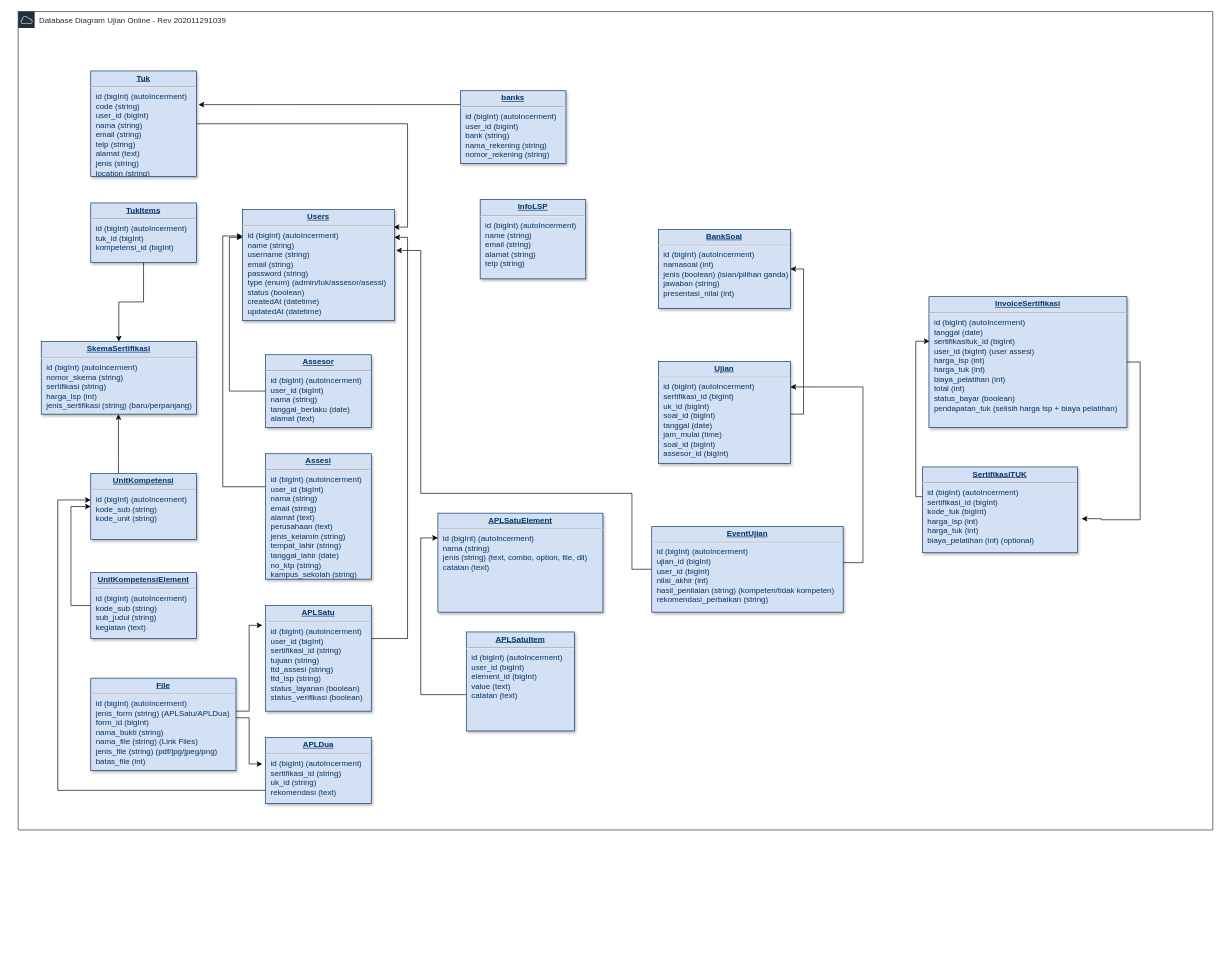
Above: db.drawio in awankelana/vip-db (draw.io), before the change. Source tidied: cells renumbered, new cells numbered last; positions are measured from the earlier drawing's top-left corner, leaving out a move shared by most shapes. Both pictures are drawn from the tidied source at 66%, with x=0, y=0 at pixel (18, 11).
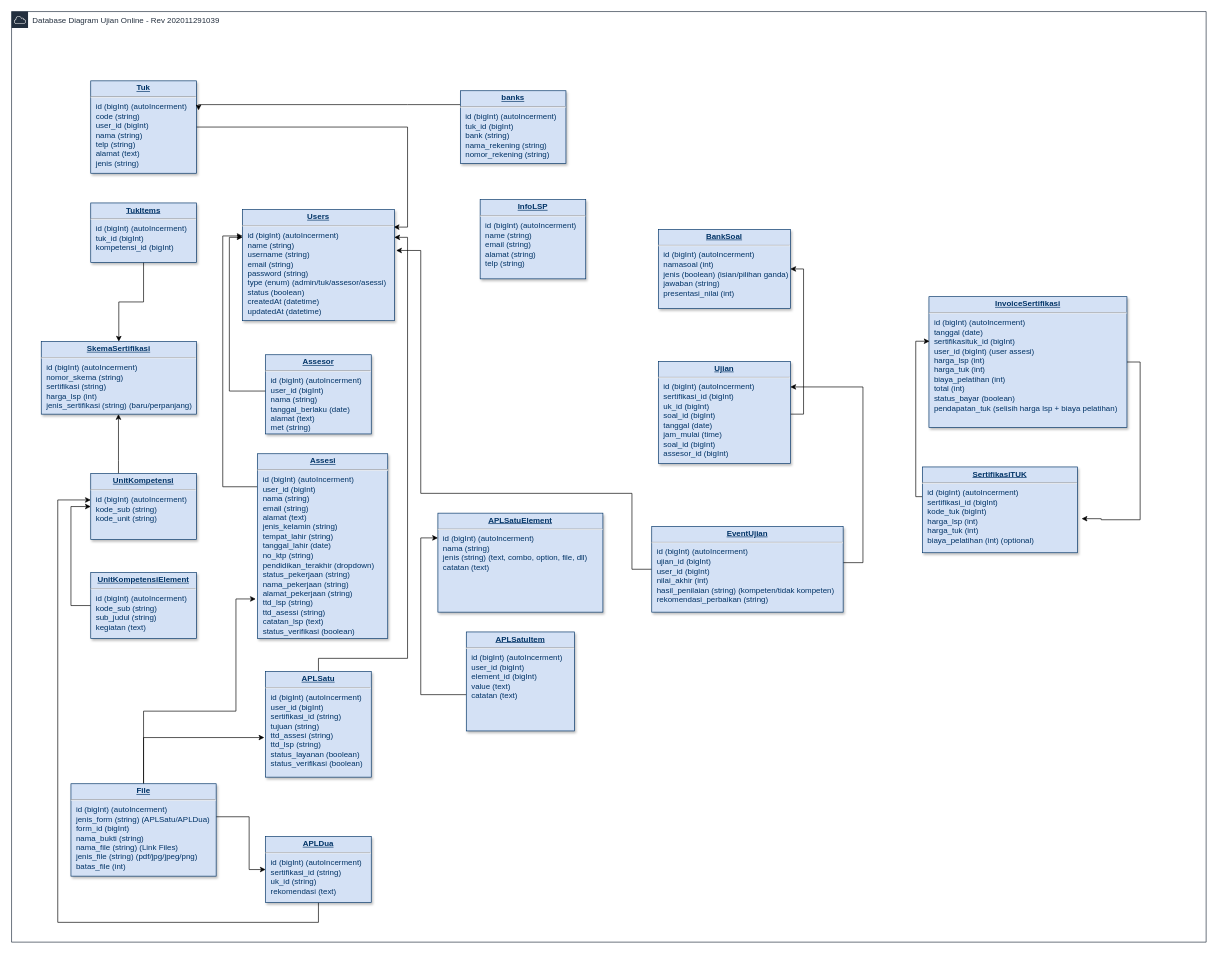
Above is the later version.

The change refers to these unchanged cells:
```xml
<mxCell id="8" value="&lt;p style=&quot;margin: 0px ; margin-top: 4px ; text-align: center ; text-decoration: underline&quot;&gt;&lt;strong&gt;UnitKompetensi&lt;/strong&gt;&lt;/p&gt;&lt;hr&gt;&lt;p style=&quot;margin: 0px ; margin-left: 8px&quot;&gt;id (bigInt) (autoIncerment)&amp;nbsp;&lt;/p&gt;&lt;p style=&quot;margin: 0px ; margin-left: 8px&quot;&gt;kode_sub (string)&lt;/p&gt;&lt;p style=&quot;margin: 0px ; margin-left: 8px&quot;&gt;kode_unit (string)&lt;/p&gt;&lt;p style=&quot;margin: 0px ; margin-left: 8px&quot;&gt;&lt;br&gt;&lt;/p&gt;" style="verticalAlign=top;align=left;overflow=fill;fontSize=12;fontFamily=Helvetica;html=1;strokeColor=#003366;shadow=1;fillColor=#D4E1F5;fontColor=#003366;" parent="1" vertex="1">
  <mxGeometry x="110" y="700" width="160" height="100" as="geometry" />
</mxCell>
<mxCell id="9" value="&lt;p style=&quot;margin: 0px ; margin-top: 4px ; text-align: center ; text-decoration: underline&quot;&gt;&lt;strong&gt;Users&lt;/strong&gt;&lt;/p&gt;&lt;hr&gt;&lt;p style=&quot;margin: 0px ; margin-left: 8px&quot;&gt;id (bigInt) (autoIncerment)&lt;/p&gt;&lt;p style=&quot;margin: 0px ; margin-left: 8px&quot;&gt;name (string)&lt;/p&gt;&lt;p style=&quot;margin: 0px ; margin-left: 8px&quot;&gt;username (string)&lt;/p&gt;&lt;p style=&quot;margin: 0px ; margin-left: 8px&quot;&gt;email (string)&lt;/p&gt;&lt;p style=&quot;margin: 0px ; margin-left: 8px&quot;&gt;password (string)&lt;/p&gt;&lt;p style=&quot;margin: 0px ; margin-left: 8px&quot;&gt;type (enum) (admin/tuk/assesor/asessi)&lt;/p&gt;&lt;p style=&quot;margin: 0px ; margin-left: 8px&quot;&gt;status (boolean)&lt;/p&gt;&lt;p style=&quot;margin: 0px ; margin-left: 8px&quot;&gt;createdAt (datetime)&lt;/p&gt;&lt;p style=&quot;margin: 0px ; margin-left: 8px&quot;&gt;updatedAt (datetime)&lt;/p&gt;" style="verticalAlign=top;align=left;overflow=fill;fontSize=12;fontFamily=Helvetica;html=1;strokeColor=#003366;shadow=1;fillColor=#D4E1F5;fontColor=#003366;" parent="1" vertex="1">
  <mxGeometry x="340" y="300" width="230" height="168.4" as="geometry" />
</mxCell>
```

Change to the diagram source:
```diff
@@
     <mxCell id="2" value="Database Diagram Ujian Online - Rev 202011291039" style="gradientColor=none;html=1;whiteSpace=wrap;fontSize=12;fontStyle=0;shape=mxgraph.aws4.group;grIcon=mxgraph.aws4.group_aws_cloud;strokeColor=#232F3E;fillColor=none;verticalAlign=top;align=left;spacingLeft=30;fontColor=#232F3E;dashed=0;" parent="1" vertex="1">
-      <mxGeometry width="1810" height="1240" as="geometry" />
+      <mxGeometry x="-10" width="1810" height="1410" as="geometry" />
     </mxCell>
@@
-    <mxCell id="4" value="&lt;p style=&quot;margin: 0px ; margin-top: 4px ; text-align: center ; text-decoration: underline&quot;&gt;&lt;b&gt;Tuk&lt;/b&gt;&lt;/p&gt;&lt;hr&gt;&lt;p style=&quot;margin: 0px ; margin-left: 8px&quot;&gt;id (bigInt) (autoIncerment)&lt;br&gt;&lt;/p&gt;&lt;p style=&quot;margin: 0px ; margin-left: 8px&quot;&gt;code (string)&lt;br&gt;user_id (bigInt)&lt;/p&gt;&lt;p style=&quot;margin: 0px ; margin-left: 8px&quot;&gt;nama (string)&lt;/p&gt;&lt;p style=&quot;margin: 0px ; margin-left: 8px&quot;&gt;email (string)&lt;/p&gt;&lt;p style=&quot;margin: 0px ; margin-left: 8px&quot;&gt;telp (string)&lt;/p&gt;&lt;p style=&quot;margin: 0px ; margin-left: 8px&quot;&gt;alamat (text)&lt;/p&gt;&lt;p style=&quot;margin: 0px ; margin-left: 8px&quot;&gt;jenis (string)&lt;/p&gt;&lt;p style=&quot;margin: 0px ; margin-left: 8px&quot;&gt;location (string)&lt;/p&gt;" style="verticalAlign=top;align=left;overflow=fill;fontSize=12;fontFamily=Helvetica;html=1;strokeColor=#003366;shadow=1;fillColor=#D4E1F5;fontColor=#003366;" parent="1" vertex="1">
-      <mxGeometry x="110" y="90" width="160" height="160" as="geometry" />
+    <mxCell id="4" value="&lt;p style=&quot;margin: 0px ; margin-top: 4px ; text-align: center ; text-decoration: underline&quot;&gt;&lt;b&gt;Tuk&lt;/b&gt;&lt;/p&gt;&lt;hr&gt;&lt;p style=&quot;margin: 0px ; margin-left: 8px&quot;&gt;id (bigInt) (autoIncerment)&lt;br&gt;&lt;/p&gt;&lt;p style=&quot;margin: 0px ; margin-left: 8px&quot;&gt;code (string)&lt;br&gt;user_id (bigInt)&lt;/p&gt;&lt;p style=&quot;margin: 0px ; margin-left: 8px&quot;&gt;nama (string)&lt;/p&gt;&lt;p style=&quot;margin: 0px ; margin-left: 8px&quot;&gt;telp (string)&lt;/p&gt;&lt;p style=&quot;margin: 0px ; margin-left: 8px&quot;&gt;alamat (text)&lt;/p&gt;&lt;p style=&quot;margin: 0px ; margin-left: 8px&quot;&gt;jenis (string)&lt;/p&gt;" style="verticalAlign=top;align=left;overflow=fill;fontSize=12;fontFamily=Helvetica;html=1;strokeColor=#003366;shadow=1;fillColor=#D4E1F5;fontColor=#003366;" parent="1" vertex="1">
+      <mxGeometry x="110" y="105" width="160" height="140" as="geometry" />
     </mxCell>
@@
-    <mxCell id="13" value="&lt;p style=&quot;margin: 0px ; margin-top: 4px ; text-align: center ; text-decoration: underline&quot;&gt;&lt;b&gt;banks&lt;/b&gt;&lt;/p&gt;&lt;hr&gt;&lt;p style=&quot;margin: 0px ; margin-left: 8px&quot;&gt;id (bigInt) (autoIncerment)&lt;/p&gt;&lt;p style=&quot;margin: 0px ; margin-left: 8px&quot;&gt;user_id (bigInt)&lt;br&gt;bank (string)&lt;/p&gt;&lt;p style=&quot;margin: 0px ; margin-left: 8px&quot;&gt;nama_rekening (string)&lt;/p&gt;&lt;p style=&quot;margin: 0px ; margin-left: 8px&quot;&gt;nomor_rekening (string)&lt;/p&gt;" style="verticalAlign=top;align=left;overflow=fill;fontSize=12;fontFamily=Helvetica;html=1;strokeColor=#003366;shadow=1;fillColor=#D4E1F5;fontColor=#003366;" parent="1" vertex="1">
+    <mxCell id="13" value="&lt;p style=&quot;margin: 0px ; margin-top: 4px ; text-align: center ; text-decoration: underline&quot;&gt;&lt;b&gt;banks&lt;/b&gt;&lt;/p&gt;&lt;hr&gt;&lt;p style=&quot;margin: 0px ; margin-left: 8px&quot;&gt;id (bigInt) (autoIncerment)&lt;/p&gt;&lt;p style=&quot;margin: 0px ; margin-left: 8px&quot;&gt;tuk_id (bigInt)&lt;br&gt;bank (string)&lt;/p&gt;&lt;p style=&quot;margin: 0px ; margin-left: 8px&quot;&gt;nama_rekening (string)&lt;/p&gt;&lt;p style=&quot;margin: 0px ; margin-left: 8px&quot;&gt;nomor_rekening (string)&lt;/p&gt;" style="verticalAlign=top;align=left;overflow=fill;fontSize=12;fontFamily=Helvetica;html=1;strokeColor=#003366;shadow=1;fillColor=#D4E1F5;fontColor=#003366;" parent="1" vertex="1">
       <mxGeometry x="670" y="120" width="160" height="110" as="geometry" />
     </mxCell>
@@
-    <mxCell id="16" value="&lt;p style=&quot;margin: 0px ; margin-top: 4px ; text-align: center ; text-decoration: underline&quot;&gt;&lt;strong&gt;Assesor&lt;/strong&gt;&lt;/p&gt;&lt;hr&gt;&lt;p style=&quot;margin: 0px ; margin-left: 8px&quot;&gt;id (bigInt) (autoIncerment)&lt;/p&gt;&lt;p style=&quot;margin: 0px ; margin-left: 8px&quot;&gt;user_id (bigInt)&lt;/p&gt;&lt;p style=&quot;margin: 0px ; margin-left: 8px&quot;&gt;nama (string)&lt;/p&gt;&lt;p style=&quot;margin: 0px ; margin-left: 8px&quot;&gt;tanggal_berlaku (date)&lt;/p&gt;&lt;p style=&quot;margin: 0px ; margin-left: 8px&quot;&gt;alamat (text)&lt;/p&gt;" style="verticalAlign=top;align=left;overflow=fill;fontSize=12;fontFamily=Helvetica;html=1;strokeColor=#003366;shadow=1;fillColor=#D4E1F5;fontColor=#003366;" parent="1" vertex="1">
-      <mxGeometry x="375" y="520" width="160" height="110" as="geometry" />
+    <mxCell id="16" value="&lt;p style=&quot;margin: 0px ; margin-top: 4px ; text-align: center ; text-decoration: underline&quot;&gt;&lt;strong&gt;Assesor&lt;/strong&gt;&lt;/p&gt;&lt;hr&gt;&lt;p style=&quot;margin: 0px ; margin-left: 8px&quot;&gt;id (bigInt) (autoIncerment)&lt;/p&gt;&lt;p style=&quot;margin: 0px ; margin-left: 8px&quot;&gt;user_id (bigInt)&lt;/p&gt;&lt;p style=&quot;margin: 0px ; margin-left: 8px&quot;&gt;nama (string)&lt;/p&gt;&lt;p style=&quot;margin: 0px ; margin-left: 8px&quot;&gt;tanggal_berlaku (date)&lt;/p&gt;&lt;p style=&quot;margin: 0px ; margin-left: 8px&quot;&gt;alamat (text)&lt;/p&gt;&lt;p style=&quot;margin: 0px ; margin-left: 8px&quot;&gt;met (string)&lt;br&gt;&lt;/p&gt;" style="verticalAlign=top;align=left;overflow=fill;fontSize=12;fontFamily=Helvetica;html=1;strokeColor=#003366;shadow=1;fillColor=#D4E1F5;fontColor=#003366;" parent="1" vertex="1">
+      <mxGeometry x="375" y="520" width="160" height="120" as="geometry" />
     </mxCell>
@@
-    <mxCell id="18" value="&lt;p style=&quot;margin: 0px ; margin-top: 4px ; text-align: center ; text-decoration: underline&quot;&gt;&lt;strong&gt;Assesi&lt;/strong&gt;&lt;/p&gt;&lt;hr&gt;&lt;p style=&quot;margin: 0px ; margin-left: 8px&quot;&gt;id (bigInt) (autoIncerment)&lt;/p&gt;&lt;p style=&quot;margin: 0px ; margin-left: 8px&quot;&gt;user_id (bigInt)&lt;/p&gt;&lt;p style=&quot;margin: 0px ; margin-left: 8px&quot;&gt;nama (string)&lt;/p&gt;&lt;p style=&quot;margin: 0px ; margin-left: 8px&quot;&gt;email (string)&lt;/p&gt;&lt;p style=&quot;margin: 0px ; margin-left: 8px&quot;&gt;alamat (text)&lt;/p&gt;&lt;p style=&quot;margin: 0px ; margin-left: 8px&quot;&gt;perusahaan (text)&lt;/p&gt;&lt;p style=&quot;margin: 0px ; margin-left: 8px&quot;&gt;jenis_kelamin (string)&lt;br&gt;tempat_lahir (string)&lt;/p&gt;&lt;p style=&quot;margin: 0px ; margin-left: 8px&quot;&gt;tanggal_lahir (date)&lt;/p&gt;&lt;p style=&quot;margin: 0px ; margin-left: 8px&quot;&gt;no_ktp (string)&lt;/p&gt;&lt;p style=&quot;margin: 0px ; margin-left: 8px&quot;&gt;kampus_sekolah (string)&lt;/p&gt;" style="verticalAlign=top;align=left;overflow=fill;fontSize=12;fontFamily=Helvetica;html=1;strokeColor=#003366;shadow=1;fillColor=#D4E1F5;fontColor=#003366;" parent="1" vertex="1">
-      <mxGeometry x="375" y="670" width="160" height="190" as="geometry" />
+    <mxCell id="18" value="&lt;p style=&quot;margin: 0px ; margin-top: 4px ; text-align: center ; text-decoration: underline&quot;&gt;&lt;strong&gt;Assesi&lt;/strong&gt;&lt;/p&gt;&lt;hr&gt;&lt;p style=&quot;margin: 0px ; margin-left: 8px&quot;&gt;id (bigInt) (autoIncerment)&lt;/p&gt;&lt;p style=&quot;margin: 0px ; margin-left: 8px&quot;&gt;user_id (bigInt)&lt;/p&gt;&lt;p style=&quot;margin: 0px ; margin-left: 8px&quot;&gt;nama (string)&lt;/p&gt;&lt;p style=&quot;margin: 0px ; margin-left: 8px&quot;&gt;email (string)&lt;/p&gt;&lt;p style=&quot;margin: 0px ; margin-left: 8px&quot;&gt;alamat (text)&lt;/p&gt;&lt;p style=&quot;margin: 0px ; margin-left: 8px&quot;&gt;jenis_kelamin (string)&lt;br&gt;tempat_lahir (string)&lt;/p&gt;&lt;p style=&quot;margin: 0px ; margin-left: 8px&quot;&gt;tanggal_lahir (date)&lt;/p&gt;&lt;p style=&quot;margin: 0px ; margin-left: 8px&quot;&gt;no_ktp (string)&lt;/p&gt;&lt;p style=&quot;margin: 0px ; margin-left: 8px&quot;&gt;pendidikan_terakhir (dropdown)&lt;/p&gt;&lt;p style=&quot;margin: 0px ; margin-left: 8px&quot;&gt;status_pekerjaan (string)&lt;/p&gt;&lt;p style=&quot;margin: 0px ; margin-left: 8px&quot;&gt;nama_pekerjaan (string)&lt;/p&gt;&lt;p style=&quot;margin: 0px ; margin-left: 8px&quot;&gt;alamat_pekerjaan (string)&lt;/p&gt;&lt;p style=&quot;margin: 0px ; margin-left: 8px&quot;&gt;ttd_lsp (string)&lt;/p&gt;&lt;p style=&quot;margin: 0px ; margin-left: 8px&quot;&gt;ttd_asessi (string)&lt;/p&gt;&lt;p style=&quot;margin: 0px ; margin-left: 8px&quot;&gt;catatan_lsp (text)&lt;/p&gt;&lt;p style=&quot;margin: 0px ; margin-left: 8px&quot;&gt;status_verifikasi (boolean)&lt;/p&gt;" style="verticalAlign=top;align=left;overflow=fill;fontSize=12;fontFamily=Helvetica;html=1;strokeColor=#003366;shadow=1;fillColor=#D4E1F5;fontColor=#003366;" parent="1" vertex="1">
+      <mxGeometry x="362.5" y="670" width="197.5" height="280" as="geometry" />
     </mxCell>
@@
     <mxCell id="22" style="edgeStyle=orthogonalEdgeStyle;rounded=0;jettySize=auto;html=1;entryX=1;entryY=0.25;entryDx=0;entryDy=0;" parent="1" edge="1" source="23" target="9">
       <mxGeometry relative="1" as="geometry">
         <Array as="points">
-          <mxPoint x="590" y="950" />
+          <mxPoint x="455" y="980" />
+          <mxPoint x="590" y="980" />
           <mxPoint x="590" y="342" />
         </Array>
       </mxGeometry>
     </mxCell>
     <mxCell id="23" value="&lt;p style=&quot;margin: 0px ; margin-top: 4px ; text-align: center ; text-decoration: underline&quot;&gt;&lt;strong&gt;APLSatu&lt;/strong&gt;&lt;/p&gt;&lt;hr&gt;&lt;p style=&quot;margin: 0px ; margin-left: 8px&quot;&gt;id (bigInt) (autoIncerment)&lt;/p&gt;&lt;p style=&quot;margin: 0px ; margin-left: 8px&quot;&gt;user_id (bigInt)&lt;/p&gt;&lt;p style=&quot;margin: 0px ; margin-left: 8px&quot;&gt;sertifikasi_id (string)&lt;/p&gt;&lt;p style=&quot;margin: 0px ; margin-left: 8px&quot;&gt;tujuan (string)&lt;/p&gt;&lt;p style=&quot;margin: 0px ; margin-left: 8px&quot;&gt;ttd_assesi (string)&lt;/p&gt;&lt;p style=&quot;margin: 0px ; margin-left: 8px&quot;&gt;ttd_lsp (string)&lt;/p&gt;&lt;p style=&quot;margin: 0px ; margin-left: 8px&quot;&gt;status_layanan (boolean)&lt;/p&gt;&lt;p style=&quot;margin: 0px ; margin-left: 8px&quot;&gt;status_verifikasi (boolean)&lt;/p&gt;" style="verticalAlign=top;align=left;overflow=fill;fontSize=12;fontFamily=Helvetica;html=1;strokeColor=#003366;shadow=1;fillColor=#D4E1F5;fontColor=#003366;" parent="1" vertex="1">
-      <mxGeometry x="375" y="900" width="160" height="160" as="geometry" />
+      <mxGeometry x="375" y="1000" width="160" height="160" as="geometry" />
     </mxCell>
     <mxCell id="24" style="edgeStyle=orthogonalEdgeStyle;rounded=0;jettySize=auto;html=1;" parent="1" edge="1" source="25" target="8">
       <mxGeometry relative="1" as="geometry">
         <Array as="points">
-          <mxPoint x="60" y="1180" />
+          <mxPoint x="455" y="1380" />
+          <mxPoint x="60" y="1380" />
           <mxPoint x="60" y="740" />
         </Array>
       </mxGeometry>
     </mxCell>
     <mxCell id="25" value="&lt;p style=&quot;margin: 0px ; margin-top: 4px ; text-align: center ; text-decoration: underline&quot;&gt;&lt;strong&gt;APLDua&lt;/strong&gt;&lt;/p&gt;&lt;hr&gt;&lt;p style=&quot;margin: 0px ; margin-left: 8px&quot;&gt;id (bigInt) (autoIncerment)&lt;/p&gt;&lt;p style=&quot;margin: 0px ; margin-left: 8px&quot;&gt;&lt;span&gt;sertifikasi_id (string)&lt;/span&gt;&lt;br&gt;&lt;/p&gt;&lt;p style=&quot;margin: 0px ; margin-left: 8px&quot;&gt;uk_id (string)&lt;/p&gt;&lt;p style=&quot;margin: 0px ; margin-left: 8px&quot;&gt;rekomendasi (text)&lt;/p&gt;" style="verticalAlign=top;align=left;overflow=fill;fontSize=12;fontFamily=Helvetica;html=1;strokeColor=#003366;shadow=1;fillColor=#D4E1F5;fontColor=#003366;" parent="1" vertex="1">
-      <mxGeometry x="375" y="1100" width="160" height="100" as="geometry" />
+      <mxGeometry x="375" y="1250" width="160" height="100" as="geometry" />
     </mxCell>
@@
     <mxCell id="28" style="edgeStyle=orthogonalEdgeStyle;rounded=0;jettySize=auto;html=1;" parent="1" edge="1" source="30">
       <mxGeometry relative="1" as="geometry">
-        <mxPoint x="370" y="930" as="targetPoint" />
+        <mxPoint x="360" y="890" as="targetPoint" />
         <Array as="points">
-          <mxPoint x="350" y="1060" />
-          <mxPoint x="350" y="930" />
+          <mxPoint x="190" y="1060" />
+          <mxPoint x="330" y="1060" />
+          <mxPoint x="330" y="890" />
+          <mxPoint x="360" y="890" />
         </Array>
       </mxGeometry>
     </mxCell>
-    <mxCell id="29" style="edgeStyle=orthogonalEdgeStyle;rounded=0;jettySize=auto;html=1;" parent="1" edge="1" source="30">
+    <mxCell id="29" style="edgeStyle=orthogonalEdgeStyle;rounded=0;jettySize=auto;html=1;entryX=0;entryY=0.5;entryDx=0;entryDy=0;" parent="1" edge="1" source="30" target="25">
       <mxGeometry relative="1" as="geometry">
-        <mxPoint x="370" y="1140" as="targetPoint" />
         <Array as="points">
-          <mxPoint x="350" y="1070" />
-          <mxPoint x="350" y="1140" />
+          <mxPoint x="190" y="1220" />
+          <mxPoint x="350" y="1220" />
+          <mxPoint x="350" y="1300" />
         </Array>
       </mxGeometry>
     </mxCell>
+    <mxCell id="40" style="edgeStyle=orthogonalEdgeStyle;rounded=0;jettySize=auto;html=1;" parent="1" edge="1" source="30">
+      <mxGeometry relative="1" as="geometry">
+        <mxPoint x="373" y="1100" as="targetPoint" />
+        <Array as="points">
+          <mxPoint x="190" y="1100" />
+          <mxPoint x="373" y="1100" />
+        </Array>
+      </mxGeometry>
+    </mxCell>
     <mxCell id="30" value="&lt;p style=&quot;margin: 0px ; margin-top: 4px ; text-align: center ; text-decoration: underline&quot;&gt;&lt;strong&gt;File&lt;/strong&gt;&lt;/p&gt;&lt;hr&gt;&lt;p style=&quot;margin: 0px ; margin-left: 8px&quot;&gt;id (bigInt) (autoIncerment)&amp;nbsp;&lt;/p&gt;&lt;p style=&quot;margin: 0px ; margin-left: 8px&quot;&gt;jenis_form (string) (APLSatu/APLDua)&lt;/p&gt;&lt;p style=&quot;margin: 0px ; margin-left: 8px&quot;&gt;form_id (bigInt)&lt;/p&gt;&lt;p style=&quot;margin: 0px ; margin-left: 8px&quot;&gt;nama_bukti (string)&lt;/p&gt;&lt;p style=&quot;margin: 0px ; margin-left: 8px&quot;&gt;nama_file (string) (Link Files)&lt;/p&gt;&lt;p style=&quot;margin: 0px ; margin-left: 8px&quot;&gt;jenis_file (string) (pdf/jpg/jpeg/png)&lt;/p&gt;&lt;p style=&quot;margin: 0px ; margin-left: 8px&quot;&gt;batas_file (int)&lt;/p&gt;" style="verticalAlign=top;align=left;overflow=fill;fontSize=12;fontFamily=Helvetica;html=1;strokeColor=#003366;shadow=1;fillColor=#D4E1F5;fontColor=#003366;" parent="1" vertex="1">
-      <mxGeometry x="110" y="1010" width="220" height="140" as="geometry" />
+      <mxGeometry x="80" y="1170" width="220" height="140" as="geometry" />
     </mxCell>
```
